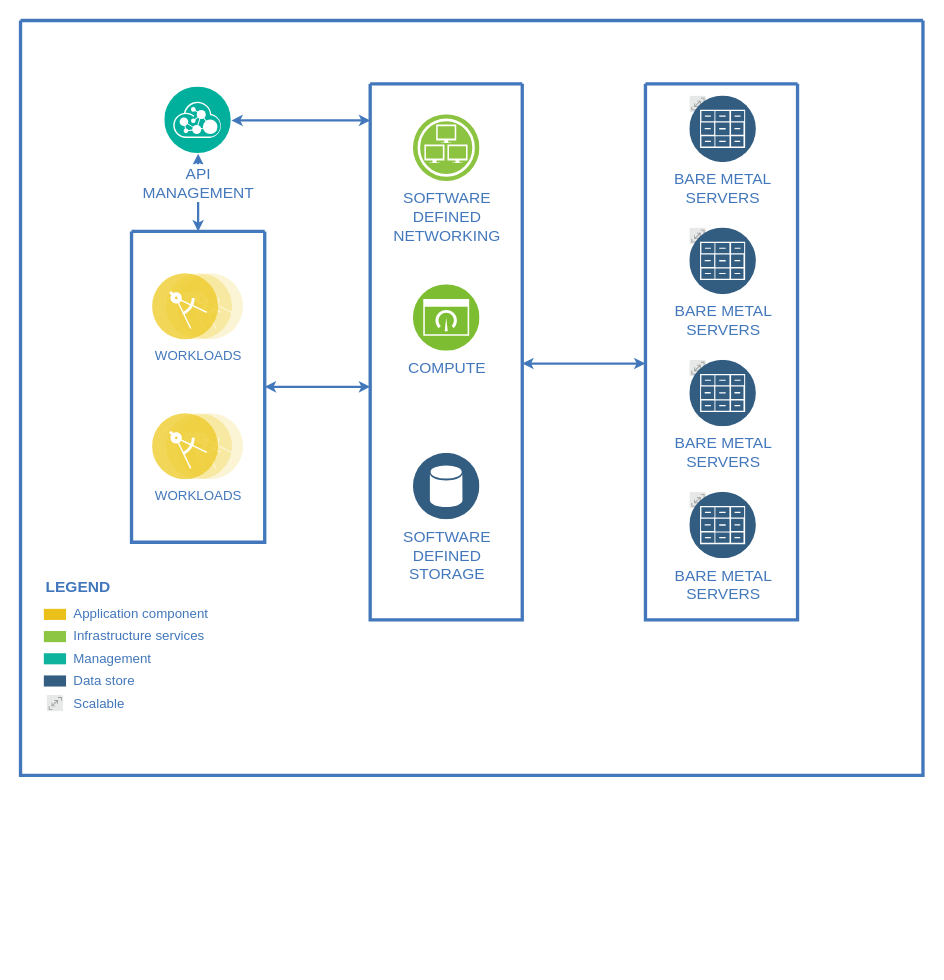
This is architecture/copado-ci-cd-integration.drawio from antaradatta3/diagrams, a draw.io file, before an edit. Source tidied: cells renumbered, new cells numbered last; positions are measured from the earlier drawing's top-left corner, leaving out a move shared by most shapes. Both pictures are drawn from the tidied source at 111%, with x=0, y=0 at pixel (20, 20).
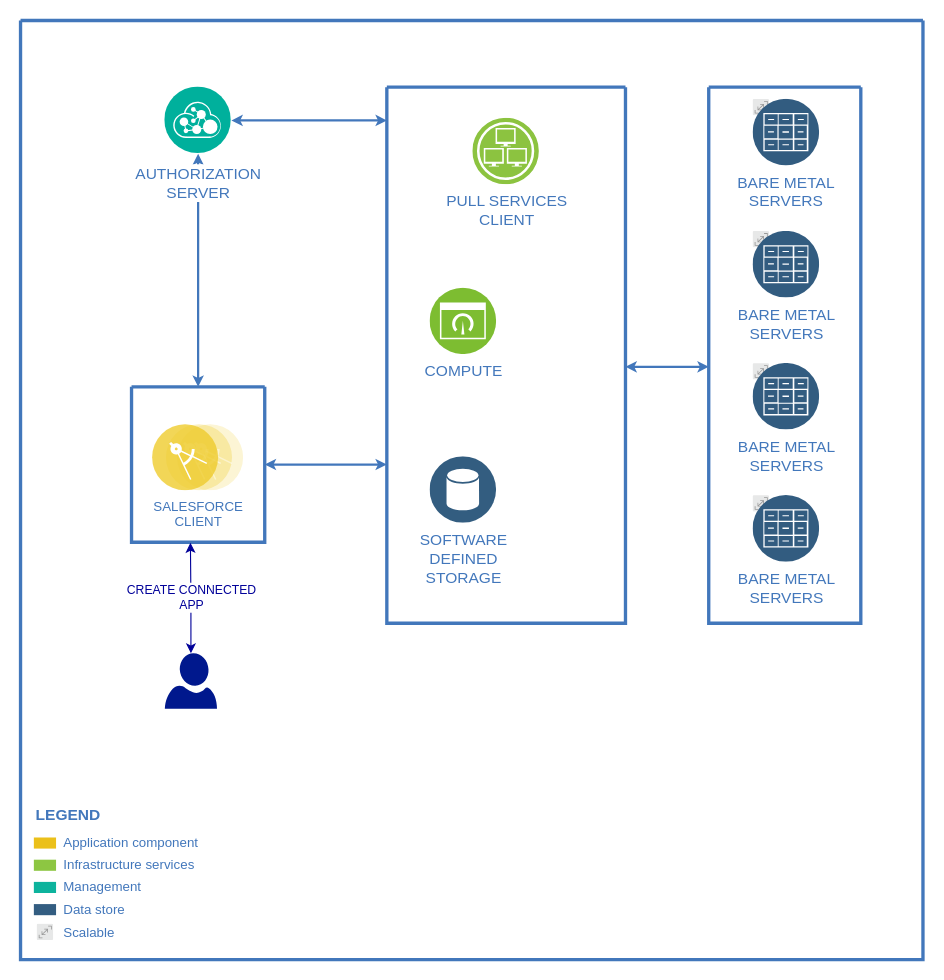
Above is the later version.

Diff of the diagram source:
```diff
@@
     <mxCell id="2" style="swimlane;shadow=0;strokeColor=#4277BB;fillColor=#ffffff;fontColor=#4277BB;align=right;startSize=0;strokeWidth=3;" parent="1" vertex="1">
-      <mxGeometry width="813" height="680" as="geometry" />
+      <mxGeometry width="813" height="846" as="geometry" />
     </mxCell>
@@
     <mxCell id="7" value="Application component" style="rounded=0;html=1;shadow=0;labelBackgroundColor=none;strokeColor=none;strokeWidth=2;fillColor=#EBC01A;gradientColor=none;fontSize=12;fontColor=#4277BB;align=left;labelPosition=right;verticalLabelPosition=middle;verticalAlign=middle;spacingLeft=5;" parent="2" vertex="1">
-      <mxGeometry x="21" y="530" width="20" height="10" as="geometry" />
+      <mxGeometry x="12" y="736" width="20" height="10" as="geometry" />
     </mxCell>
     <mxCell id="8" value="Infrastructure services" style="rounded=0;html=1;shadow=0;labelBackgroundColor=none;strokeColor=none;strokeWidth=2;fillColor=#8DC642;gradientColor=none;fontSize=12;fontColor=#4277BB;align=left;labelPosition=right;verticalLabelPosition=middle;verticalAlign=middle;spacingLeft=5;" parent="2" vertex="1">
-      <mxGeometry x="21" y="550" width="20" height="10" as="geometry" />
+      <mxGeometry x="12" y="756" width="20" height="10" as="geometry" />
     </mxCell>
     <mxCell id="9" value="Management" style="rounded=0;html=1;shadow=0;labelBackgroundColor=none;strokeColor=none;strokeWidth=2;fillColor=#0DB39D;gradientColor=none;fontSize=12;fontColor=#4277BB;align=left;labelPosition=right;verticalLabelPosition=middle;verticalAlign=middle;spacingLeft=5;" parent="2" vertex="1">
-      <mxGeometry x="21" y="570" width="20" height="10" as="geometry" />
+      <mxGeometry x="12" y="776" width="20" height="10" as="geometry" />
     </mxCell>
     <mxCell id="10" value="Data store" style="rounded=0;html=1;shadow=0;labelBackgroundColor=none;strokeColor=none;strokeWidth=2;fillColor=#335D81;gradientColor=none;fontSize=12;fontColor=#4277BB;align=left;labelPosition=right;verticalLabelPosition=middle;verticalAlign=middle;spacingLeft=5;" parent="2" vertex="1">
-      <mxGeometry x="21" y="590" width="20" height="10" as="geometry" />
+      <mxGeometry x="12" y="796" width="20" height="10" as="geometry" />
     </mxCell>
     <mxCell id="11" value="LEGEND" style="text;html=1;align=left;verticalAlign=middle;fontColor=#4277BB;shadow=0;dashed=0;strokeColor=none;fillColor=none;labelBackgroundColor=none;fontStyle=1;fontSize=14;spacingLeft=0;" parent="2" vertex="1">
-      <mxGeometry x="21" y="500" width="150" height="20" as="geometry" />
+      <mxGeometry x="12" y="706" width="150" height="20" as="geometry" />
     </mxCell>
-    <mxCell id="12" value="API&lt;div&gt;MANAGEMENT&lt;/div&gt;" style="perimeter=ellipsePerimeter;html=1;align=center;shadow=0;dashed=0;image;image=img/lib/ibm/management/api_management.svg;rounded=1;labelBackgroundColor=#ffffff;strokeColor=#666666;strokeWidth=3;fillColor=#C2952D;gradientColor=none;fontSize=14;fontColor=#4277BB;spacingTop=3;" parent="2" vertex="1">
+    <mxCell id="12" value="AUTHORIZATION&lt;br&gt;SERVER" style="perimeter=ellipsePerimeter;html=1;align=center;shadow=0;dashed=0;image;image=img/lib/ibm/management/api_management.svg;rounded=1;labelBackgroundColor=#ffffff;strokeColor=#666666;strokeWidth=3;fillColor=#C2952D;gradientColor=none;fontSize=14;fontColor=#4277BB;spacingTop=3;" parent="2" vertex="1">
       <mxGeometry x="130" y="60" width="60" height="60" as="geometry" />
     </mxCell>
     <mxCell id="13" style="swimlane;shadow=0;strokeColor=#4277BB;fillColor=#ffffff;fontColor=#4277BB;align=right;startSize=0;strokeWidth=3;" parent="2" vertex="1">
-      <mxGeometry x="100" y="190" width="120" height="280" as="geometry" />
+      <mxGeometry x="100" y="330" width="120" height="140" as="geometry" />
     </mxCell>
-    <mxCell id="14" value="WORKLOADS" style="perimeter=ellipsePerimeter;html=1;align=center;shadow=0;dashed=0;image;image=img/lib/ibm/applications/microservice.svg;labelBackgroundColor=#ffffff;strokeColor=#666666;strokeWidth=3;fillColor=#C2952D;gradientColor=none;fontSize=12;fontColor=#4277BB;" parent="13" vertex="1">
-      <mxGeometry x="19" y="38" width="82" height="60" as="geometry" />
-    </mxCell>
-    <mxCell id="15" value="WORKLOADS" style="perimeter=ellipsePerimeter;html=1;align=center;shadow=0;dashed=0;image;image=img/lib/ibm/applications/microservice.svg;labelBackgroundColor=#ffffff;strokeColor=#666666;strokeWidth=3;fillColor=#C2952D;gradientColor=none;fontSize=12;fontColor=#4277BB;" parent="13" vertex="1">
-      <mxGeometry x="19" y="164" width="82" height="60" as="geometry" />
+    <mxCell id="15" value="SALESFORCE&lt;br&gt;CLIENT" style="perimeter=ellipsePerimeter;html=1;align=center;shadow=0;dashed=0;image;image=img/lib/ibm/applications/microservice.svg;labelBackgroundColor=#ffffff;strokeColor=#666666;strokeWidth=3;fillColor=#C2952D;gradientColor=none;fontSize=12;fontColor=#4277BB;" parent="13" vertex="1">
+      <mxGeometry x="19" y="34" width="82" height="60" as="geometry" />
     </mxCell>
     <mxCell id="16" style="swimlane;shadow=0;strokeColor=#4277BB;fillColor=#ffffff;fontColor=#4277BB;align=right;startSize=0;strokeWidth=3;" parent="2" vertex="1">
-      <mxGeometry x="315" y="57" width="137" height="483" as="geometry" />
+      <mxGeometry x="330" y="60" width="215" height="483" as="geometry" />
     </mxCell>
-    <mxCell id="17" value="SOFTWARE&lt;div&gt;DEFINED&lt;/div&gt;&lt;div&gt;NETWORKING&lt;/div&gt;" style="perimeter=ellipsePerimeter;html=1;align=center;shadow=0;dashed=0;image;image=img/lib/ibm/infrastructure/infrastructure_services.svg;rounded=1;labelBackgroundColor=#ffffff;strokeColor=#666666;strokeWidth=3;fillColor=#C2952D;gradientColor=none;fontSize=14;fontColor=#4277BB;" parent="16" vertex="1">
-      <mxGeometry x="39" y="28" width="60" height="60" as="geometry" />
+    <mxCell id="17" value="PULL SERVICES&lt;br&gt;CLIENT" style="perimeter=ellipsePerimeter;html=1;align=center;shadow=0;dashed=0;image;image=img/lib/ibm/infrastructure/infrastructure_services.svg;rounded=1;labelBackgroundColor=#ffffff;strokeColor=#666666;strokeWidth=3;fillColor=#C2952D;gradientColor=none;fontSize=14;fontColor=#4277BB;" parent="16" vertex="1">
+      <mxGeometry x="77.5" y="28" width="60" height="60" as="geometry" />
     </mxCell>
@@
     <mxCell id="20" style="swimlane;shadow=0;strokeColor=#4277BB;fillColor=#ffffff;fontColor=#4277BB;align=right;startSize=0;strokeWidth=3;" parent="2" vertex="1">
-      <mxGeometry x="563" y="57" width="137" height="483" as="geometry" />
+      <mxGeometry x="620" y="60" width="137" height="483" as="geometry" />
     </mxCell>
@@
     <mxCell id="33" value="Scalable" style="perimeter=ellipsePerimeter;html=1;align=left;shadow=0;image;image=img/lib/ibm/miscellaneous/scalable.svg;rounded=0;labelBackgroundColor=none;strokeColor=none;strokeWidth=2;fillColor=#335D81;gradientColor=none;fontSize=12;fontColor=#4277BB;verticalAlign=middle;spacingLeft=7;labelPosition=right;verticalLabelPosition=middle;" parent="2" vertex="1">
-      <mxGeometry x="24" y="608" width="15" height="15" as="geometry" />
+      <mxGeometry x="15" y="814" width="15" height="15" as="geometry" />
     </mxCell>
+    <mxCell id="34" value="CREATE CONNECTED&lt;br&gt;APP" style="edgeStyle=orthogonalEdgeStyle;rounded=0;jettySize=auto;html=1;entryX=0.442;entryY=1.004;entryDx=0;entryDy=0;entryPerimeter=0;strokeColor=#000099;fontColor=#000099;startArrow=classic;startFill=1;" parent="2" edge="1" source="35" target="13">
+      <mxGeometry relative="1" as="geometry" />
+    </mxCell>
+    <mxCell id="35" style="sketch=0;shadow=0;dashed=0;html=1;strokeColor=none;labelPosition=center;verticalLabelPosition=bottom;verticalAlign=top;align=center;fillColor=#00188D;shape=mxgraph.azure.user;" parent="2" vertex="1">
+      <mxGeometry x="130" y="570" width="47" height="50" as="geometry" />
+    </mxCell>
```
